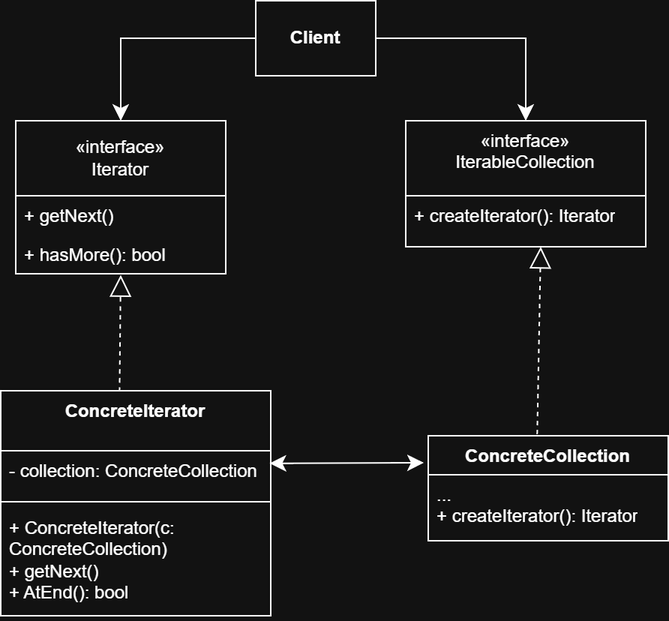
Before: Iterator/Diagram/GeneralDiagram.drawio.png, a diagram exported from draw.io (namkiet/Seminar-CS202). Source tidied: cells renumbered, new cells last; positions are measured from the earlier drawing's top-left corner, leaving out a move shared by most shapes. Its diagram source:
```xml
<mxGraphModel>
  <root>
    <mxCell id="0" />
    <mxCell id="1" parent="0" />
    <mxCell id="2" value="&lt;b&gt;Client&lt;/b&gt;" style="html=1;whiteSpace=wrap;" parent="1" vertex="1">
      <mxGeometry x="170" width="80" height="50" as="geometry" />
    </mxCell>
    <mxCell id="3" value="«interface»&lt;div&gt;Iterator&lt;/div&gt;" style="swimlane;fontStyle=0;horizontal=1;startSize=50;fillColor=none;whiteSpace=wrap;html=1;" parent="1" vertex="1">
      <mxGeometry x="10" y="80" width="140" height="102" as="geometry" />
    </mxCell>
    <mxCell id="4" value="+ getNext()" style="text;strokeColor=none;fillColor=none;align=left;verticalAlign=top;spacingLeft=4;spacingRight=4;overflow=hidden;whiteSpace=wrap;html=1;" parent="3" vertex="1">
      <mxGeometry y="50" width="140" height="26" as="geometry" />
    </mxCell>
    <mxCell id="5" value="+ hasMore(): bool" style="text;strokeColor=none;fillColor=none;align=left;verticalAlign=top;spacingLeft=4;spacingRight=4;overflow=hidden;points=[[0,0.5],[1,0.5]];portConstraint=eastwest;whiteSpace=wrap;html=1;" parent="3" vertex="1">
      <mxGeometry y="76" width="140" height="26" as="geometry" />
    </mxCell>
    <mxCell id="6" value="&lt;span style=&quot;font-weight: 400;&quot;&gt;«interface»&lt;/span&gt;&lt;div style=&quot;font-weight: 400;&quot;&gt;IterableCollection&lt;/div&gt;" style="swimlane;fontStyle=1;align=center;verticalAlign=top;horizontal=1;startSize=50;whiteSpace=wrap;html=1;" parent="1" vertex="1">
      <mxGeometry x="270" y="80" width="160" height="84" as="geometry" />
    </mxCell>
    <mxCell id="7" value="+ createIterator(): Iterator" style="text;strokeColor=none;fillColor=none;align=left;verticalAlign=top;spacingLeft=4;spacingRight=4;overflow=hidden;whiteSpace=wrap;html=1;" parent="1" vertex="1">
      <mxGeometry x="270" y="130" width="160" height="34" as="geometry" />
    </mxCell>
    <mxCell id="8" style="endArrow=classic;html=1;rounded=0;fontSize=12;startSize=8;endSize=8;entryX=0.5;entryY=0;entryDx=0;entryDy=0;exitX=0;exitY=0.5;exitDx=0;exitDy=0;edgeStyle=orthogonalEdgeStyle;" parent="1" edge="1" source="2" target="3">
      <mxGeometry relative="1" as="geometry" />
    </mxCell>
    <mxCell id="9" style="endArrow=classic;html=1;rounded=0;fontSize=12;startSize=8;endSize=8;entryX=0.5;entryY=0;entryDx=0;entryDy=0;exitX=1;exitY=0.5;exitDx=0;exitDy=0;edgeStyle=orthogonalEdgeStyle;" parent="1" edge="1" source="2" target="6">
      <mxGeometry relative="1" as="geometry" />
    </mxCell>
    <mxCell id="10" style="endArrow=classic;html=1;rounded=0;fontSize=12;startSize=8;endSize=8;curved=1;entryX=0.506;entryY=1.154;entryDx=0;entryDy=0;entryPerimeter=0;" parent="1" edge="1" target="5">
      <mxGeometry relative="1" as="geometry">
        <mxPoint x="81" y="186" as="sourcePoint" />
      </mxGeometry>
    </mxCell>
    <mxCell id="11" style="endArrow=block;dashed=1;endFill=0;endSize=12;html=1;rounded=0;fontSize=12;curved=1;entryX=0.5;entryY=1.031;entryDx=0;entryDy=0;entryPerimeter=0;exitX=0.44;exitY=0.003;exitDx=0;exitDy=0;exitPerimeter=0;" parent="1" edge="1" source="13" target="5">
      <mxGeometry relative="1" as="geometry" />
    </mxCell>
    <mxCell id="12" style="endArrow=block;dashed=1;endFill=0;endSize=12;html=1;rounded=0;fontSize=12;curved=1;entryX=0.5;entryY=1.031;entryDx=0;entryDy=0;entryPerimeter=0;exitX=0.454;exitY=-0.015;exitDx=0;exitDy=0;exitPerimeter=0;" parent="1" edge="1" source="17">
      <mxGeometry relative="1" as="geometry">
        <mxPoint x="360" y="164" as="targetPoint" />
      </mxGeometry>
    </mxCell>
    <mxCell id="13" value="&lt;div style=&quot;&quot;&gt;ConcreteIterator&lt;/div&gt;" style="swimlane;fontStyle=1;align=center;verticalAlign=top;horizontal=1;startSize=40;whiteSpace=wrap;html=1;" parent="1" vertex="1">
      <mxGeometry y="260" width="180" height="150" as="geometry" />
    </mxCell>
    <mxCell id="14" value="- collection: ConcreteCollection" style="text;strokeColor=none;fillColor=none;align=left;verticalAlign=top;spacingLeft=4;spacingRight=4;overflow=hidden;points=[[0,0.5],[1,0.5]];portConstraint=eastwest;whiteSpace=wrap;html=1;" parent="13" vertex="1">
      <mxGeometry y="40" width="180" height="30" as="geometry" />
    </mxCell>
    <mxCell id="15" style="line;strokeWidth=1;fillColor=none;align=left;verticalAlign=middle;spacingTop=-1;spacingLeft=3;spacingRight=3;labelPosition=right;strokeColor=inherit;" parent="13" vertex="1">
      <mxGeometry y="70" width="180" height="8" as="geometry" />
    </mxCell>
    <mxCell id="16" value="+ ConcreteIterator(c: ConcreteCollection)&lt;div&gt;+ getNext()&lt;/div&gt;&lt;div&gt;+ AtEnd(): bool&lt;/div&gt;" style="text;strokeColor=none;fillColor=none;align=left;verticalAlign=top;spacingLeft=4;spacingRight=4;overflow=hidden;whiteSpace=wrap;html=1;" parent="13" vertex="1">
      <mxGeometry y="78" width="180" height="72" as="geometry" />
    </mxCell>
    <mxCell id="17" value="ConcreteCollection" style="swimlane;fontStyle=1;align=center;verticalAlign=top;horizontal=1;startSize=26;whiteSpace=wrap;html=1;" parent="1" vertex="1">
      <mxGeometry x="285" y="290" width="160" height="70" as="geometry" />
    </mxCell>
    <mxCell id="18" value="&lt;div&gt;...&lt;/div&gt;+ createIterator(): Iterator" style="text;strokeColor=none;fillColor=none;align=left;verticalAlign=top;spacingLeft=4;spacingRight=4;overflow=hidden;whiteSpace=wrap;html=1;" parent="17" vertex="1">
      <mxGeometry y="26" width="160" height="44" as="geometry" />
    </mxCell>
    <mxCell id="19" style="endArrow=classic;startArrow=classic;html=1;rounded=0;fontSize=12;startSize=8;endSize=8;curved=1;exitX=0.996;exitY=0.28;exitDx=0;exitDy=0;exitPerimeter=0;" parent="1" edge="1" source="14">
      <mxGeometry relative="1" as="geometry">
        <mxPoint x="282" y="308" as="targetPoint" />
      </mxGeometry>
    </mxCell>
  </root>
</mxGraphModel>
```
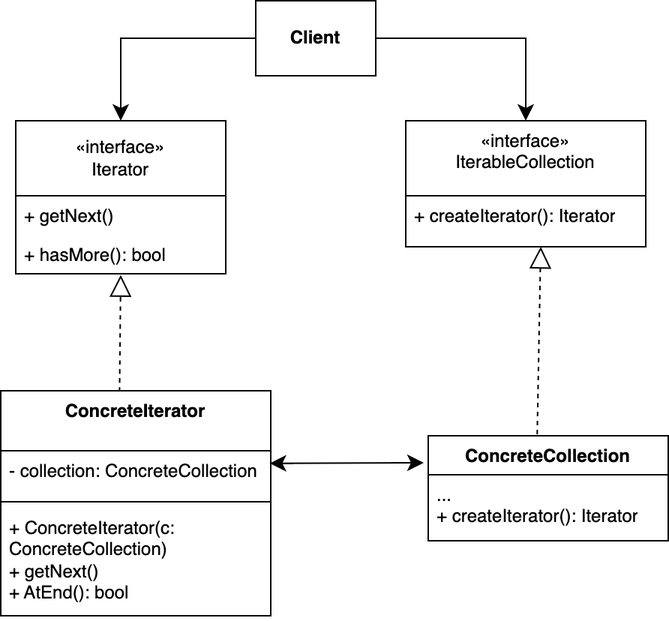
After the change.

Diff of the diagram source:
```diff
@@ -1,23 +1,23 @@
-<mxGraphModel>
+<mxGraphModel background="#ffffff">
   <root>
     <mxCell id="0" />
     <mxCell id="1" parent="0" />
     <mxCell id="2" value="&lt;b&gt;Client&lt;/b&gt;" style="html=1;whiteSpace=wrap;" parent="1" vertex="1">
       <mxGeometry x="170" width="80" height="50" as="geometry" />
     </mxCell>
-    <mxCell id="3" value="«interface»&lt;div&gt;Iterator&lt;/div&gt;" style="swimlane;fontStyle=0;horizontal=1;startSize=50;fillColor=none;whiteSpace=wrap;html=1;" parent="1" vertex="1">
+    <mxCell id="3" value="«interface»&lt;div&gt;Iterator&lt;/div&gt;" style="swimlane;fontStyle=0;horizontal=1;startSize=50;whiteSpace=wrap;html=1;" parent="1" vertex="1">
       <mxGeometry x="10" y="80" width="140" height="102" as="geometry" />
     </mxCell>
-    <mxCell id="4" value="+ getNext()" style="text;strokeColor=none;fillColor=none;align=left;verticalAlign=top;spacingLeft=4;spacingRight=4;overflow=hidden;whiteSpace=wrap;html=1;" parent="3" vertex="1">
+    <mxCell id="4" value="+ getNext()" style="text;align=left;verticalAlign=top;spacingLeft=4;spacingRight=4;overflow=hidden;whiteSpace=wrap;html=1;" parent="3" vertex="1">
       <mxGeometry y="50" width="140" height="26" as="geometry" />
     </mxCell>
-    <mxCell id="5" value="+ hasMore(): bool" style="text;strokeColor=none;fillColor=none;align=left;verticalAlign=top;spacingLeft=4;spacingRight=4;overflow=hidden;points=[[0,0.5],[1,0.5]];portConstraint=eastwest;whiteSpace=wrap;html=1;" parent="3" vertex="1">
+    <mxCell id="5" value="+ hasMore(): bool" style="text;align=left;verticalAlign=top;spacingLeft=4;spacingRight=4;overflow=hidden;points=[[0,0.5],[1,0.5]];portConstraint=eastwest;whiteSpace=wrap;html=1;" parent="3" vertex="1">
       <mxGeometry y="76" width="140" height="26" as="geometry" />
     </mxCell>
     <mxCell id="6" value="&lt;span style=&quot;font-weight: 400;&quot;&gt;«interface»&lt;/span&gt;&lt;div style=&quot;font-weight: 400;&quot;&gt;IterableCollection&lt;/div&gt;" style="swimlane;fontStyle=1;align=center;verticalAlign=top;horizontal=1;startSize=50;whiteSpace=wrap;html=1;" parent="1" vertex="1">
       <mxGeometry x="270" y="80" width="160" height="84" as="geometry" />
     </mxCell>
-    <mxCell id="7" value="+ createIterator(): Iterator" style="text;strokeColor=none;fillColor=none;align=left;verticalAlign=top;spacingLeft=4;spacingRight=4;overflow=hidden;whiteSpace=wrap;html=1;" parent="1" vertex="1">
+    <mxCell id="7" value="+ createIterator(): Iterator" style="text;align=left;verticalAlign=top;spacingLeft=4;spacingRight=4;overflow=hidden;whiteSpace=wrap;html=1;" parent="1" vertex="1">
       <mxGeometry x="270" y="130" width="160" height="34" as="geometry" />
     </mxCell>
     <mxCell id="8" style="endArrow=classic;html=1;rounded=0;fontSize=12;startSize=8;endSize=8;entryX=0.5;entryY=0;entryDx=0;entryDy=0;exitX=0;exitY=0.5;exitDx=0;exitDy=0;edgeStyle=orthogonalEdgeStyle;" parent="1" edge="1" source="2" target="3">
@@ -42,19 +42,19 @@
     <mxCell id="13" value="&lt;div style=&quot;&quot;&gt;ConcreteIterator&lt;/div&gt;" style="swimlane;fontStyle=1;align=center;verticalAlign=top;horizontal=1;startSize=40;whiteSpace=wrap;html=1;" parent="1" vertex="1">
       <mxGeometry y="260" width="180" height="150" as="geometry" />
     </mxCell>
-    <mxCell id="14" value="- collection: ConcreteCollection" style="text;strokeColor=none;fillColor=none;align=left;verticalAlign=top;spacingLeft=4;spacingRight=4;overflow=hidden;points=[[0,0.5],[1,0.5]];portConstraint=eastwest;whiteSpace=wrap;html=1;" parent="13" vertex="1">
+    <mxCell id="14" value="- collection: ConcreteCollection" style="text;align=left;verticalAlign=top;spacingLeft=4;spacingRight=4;overflow=hidden;points=[[0,0.5],[1,0.5]];portConstraint=eastwest;whiteSpace=wrap;html=1;" parent="13" vertex="1">
       <mxGeometry y="40" width="180" height="30" as="geometry" />
     </mxCell>
-    <mxCell id="15" style="line;strokeWidth=1;fillColor=none;align=left;verticalAlign=middle;spacingTop=-1;spacingLeft=3;spacingRight=3;labelPosition=right;strokeColor=inherit;" parent="13" vertex="1">
+    <mxCell id="15" style="line;strokeWidth=1;align=left;verticalAlign=middle;spacingTop=-1;spacingLeft=3;spacingRight=3;labelPosition=right;" parent="13" vertex="1">
       <mxGeometry y="70" width="180" height="8" as="geometry" />
     </mxCell>
-    <mxCell id="16" value="+ ConcreteIterator(c: ConcreteCollection)&lt;div&gt;+ getNext()&lt;/div&gt;&lt;div&gt;+ AtEnd(): bool&lt;/div&gt;" style="text;strokeColor=none;fillColor=none;align=left;verticalAlign=top;spacingLeft=4;spacingRight=4;overflow=hidden;whiteSpace=wrap;html=1;" parent="13" vertex="1">
+    <mxCell id="16" value="+ ConcreteIterator(c: ConcreteCollection)&lt;div&gt;+ getNext()&lt;/div&gt;&lt;div&gt;+ AtEnd(): bool&lt;/div&gt;" style="text;align=left;verticalAlign=top;spacingLeft=4;spacingRight=4;overflow=hidden;whiteSpace=wrap;html=1;" parent="13" vertex="1">
       <mxGeometry y="78" width="180" height="72" as="geometry" />
     </mxCell>
     <mxCell id="17" value="ConcreteCollection" style="swimlane;fontStyle=1;align=center;verticalAlign=top;horizontal=1;startSize=26;whiteSpace=wrap;html=1;" parent="1" vertex="1">
       <mxGeometry x="285" y="290" width="160" height="70" as="geometry" />
     </mxCell>
-    <mxCell id="18" value="&lt;div&gt;...&lt;/div&gt;+ createIterator(): Iterator" style="text;strokeColor=none;fillColor=none;align=left;verticalAlign=top;spacingLeft=4;spacingRight=4;overflow=hidden;whiteSpace=wrap;html=1;" parent="17" vertex="1">
+    <mxCell id="18" value="&lt;div&gt;...&lt;/div&gt;+ createIterator(): Iterator" style="text;align=left;verticalAlign=top;spacingLeft=4;spacingRight=4;overflow=hidden;whiteSpace=wrap;html=1;" parent="17" vertex="1">
       <mxGeometry y="26" width="160" height="44" as="geometry" />
     </mxCell>
     <mxCell id="19" style="endArrow=classic;startArrow=classic;html=1;rounded=0;fontSize=12;startSize=8;endSize=8;curved=1;exitX=0.996;exitY=0.28;exitDx=0;exitDy=0;exitPerimeter=0;" parent="1" edge="1" source="14">
```
